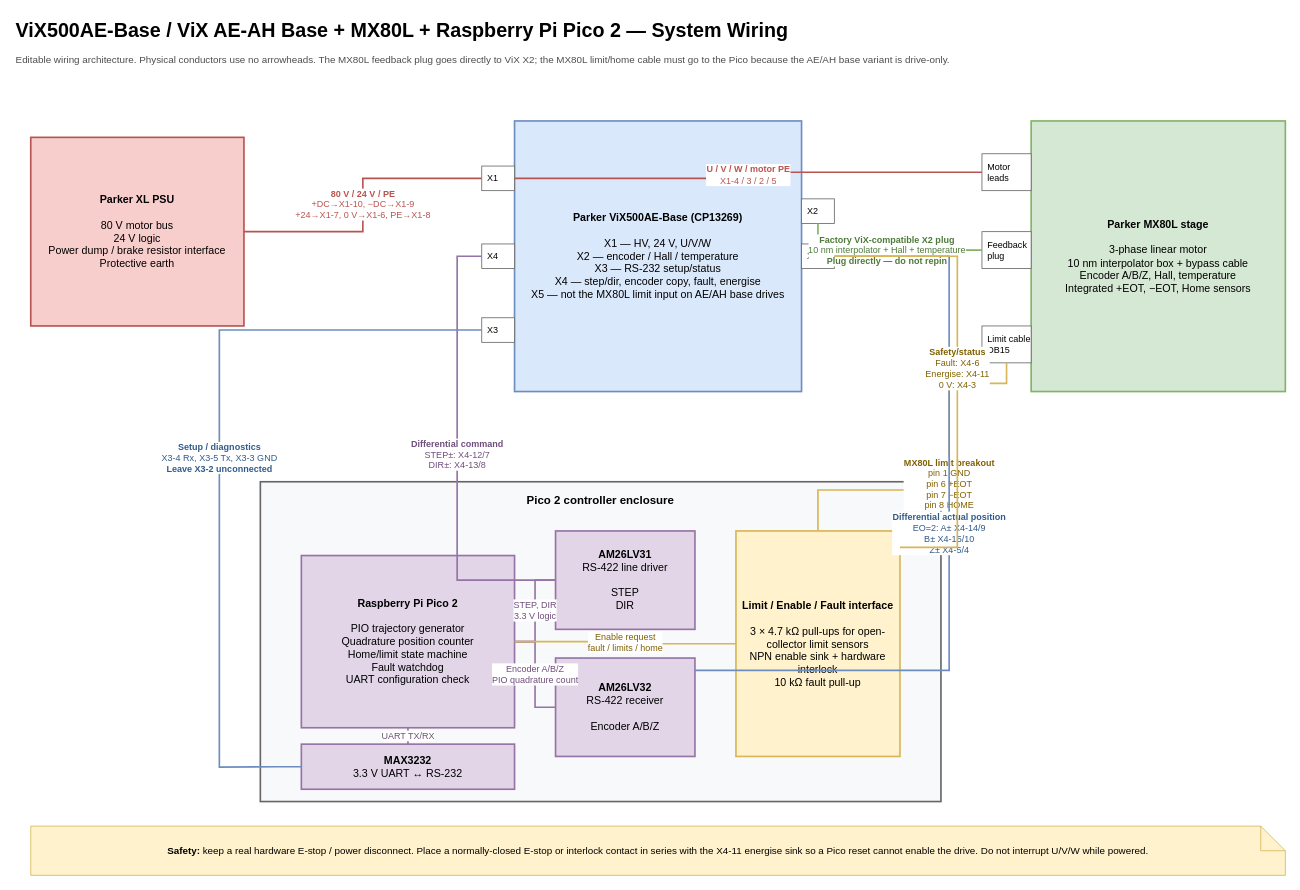
The draw.io diagram page "1 - System wiring" (1 of 3) of firmware/docs/ViX_Base_MX80L_Pico2_Wiring.drawio in Jhua03/ViX, before the edit. Source tidied: cells renumbered, new cells numbered last; positions are measured from the earlier drawing's top-left corner, leaving out a move shared by most shapes. Both pictures are drawn from the tidied source at 82%, with x=0, y=0 at pixel (14, 14).
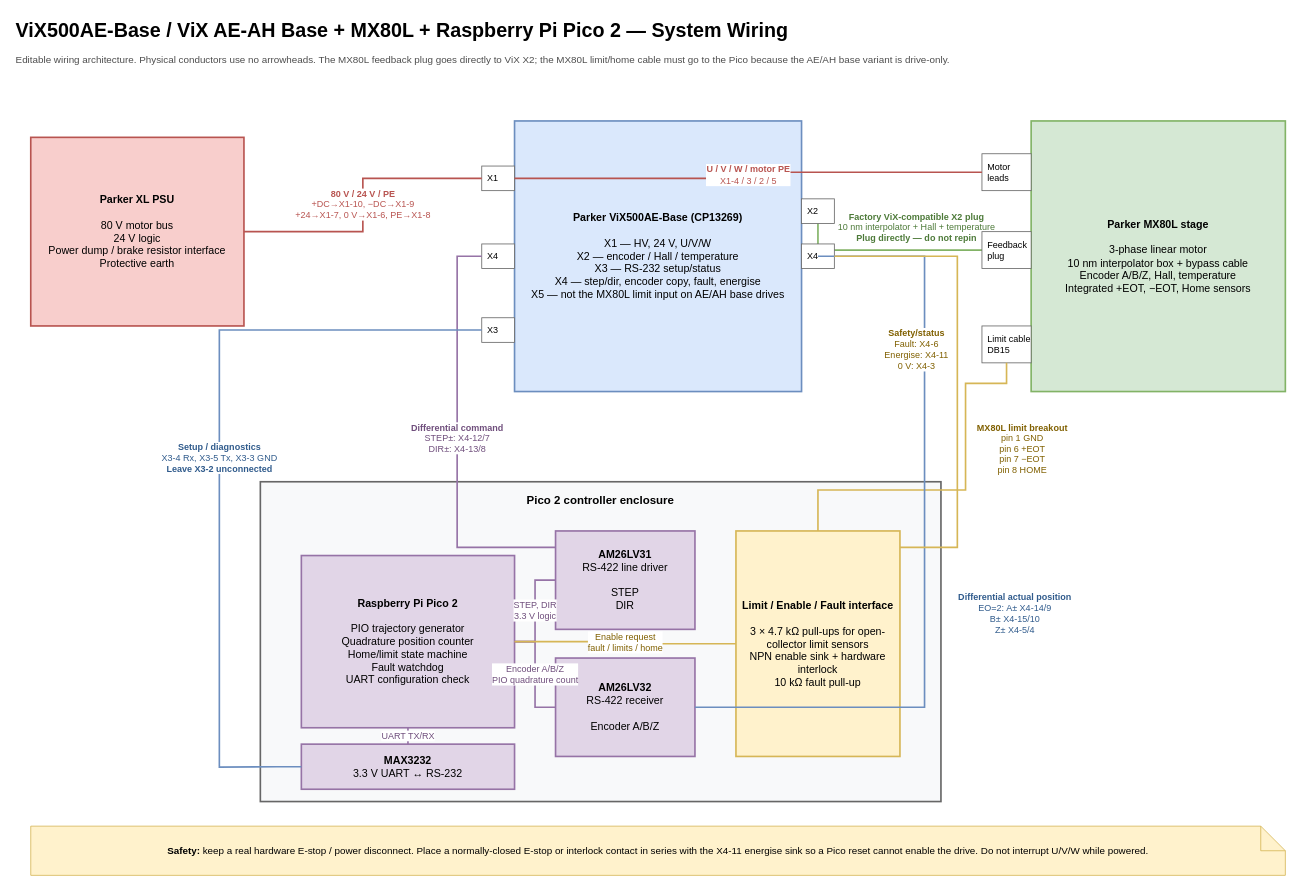
After the change.

The change refers to these unchanged cells:
```xml
<mxCell id="9" value="&lt;b&gt;AM26LV31&lt;/b&gt;&lt;br&gt;RS-422 line driver&lt;br&gt;&lt;br&gt;STEP&lt;br&gt;DIR" style="rounded=0;whiteSpace=wrap;html=1;strokeWidth=2;strokeColor=#9673a6;fillColor=#e1d5e7;fontFamily=Helvetica;fontSize=13;" parent="1" vertex="1">
  <mxGeometry x="660" y="630" width="170" height="120" as="geometry" />
</mxCell>
<mxCell id="10" value="&lt;b&gt;AM26LV32&lt;/b&gt;&lt;br&gt;RS-422 receiver&lt;br&gt;&lt;br&gt;Encoder A/B/Z" style="rounded=0;whiteSpace=wrap;html=1;strokeWidth=2;strokeColor=#9673a6;fillColor=#e1d5e7;fontFamily=Helvetica;fontSize=13;" parent="1" vertex="1">
  <mxGeometry x="660" y="785" width="170" height="120" as="geometry" />
</mxCell>
<mxCell id="11" value="&lt;b&gt;Limit / Enable / Fault interface&lt;/b&gt;&lt;br&gt;&lt;br&gt;3 × 4.7 kΩ pull-ups for open-collector limit sensors&lt;br&gt;NPN enable sink + hardware interlock&lt;br&gt;10 kΩ fault pull-up" style="rounded=0;whiteSpace=wrap;html=1;strokeWidth=2;strokeColor=#d6b656;fillColor=#fff2cc;fontFamily=Helvetica;fontSize=13;" parent="1" vertex="1">
  <mxGeometry x="880" y="630" width="200" height="275" as="geometry" />
</mxCell>
<mxCell id="14" value="X2" style="rounded=0;whiteSpace=wrap;html=1;strokeWidth=1;strokeColor=#666666;fillColor=#ffffff;fontFamily=Helvetica;fontSize=11;align=left;verticalAlign=middle;spacingLeft=5;" parent="1" vertex="1">
  <mxGeometry x="960" y="225" width="40" height="30" as="geometry" />
</mxCell>
<mxCell id="16" value="X4" style="rounded=0;whiteSpace=wrap;html=1;strokeWidth=1;strokeColor=#666666;fillColor=#ffffff;fontFamily=Helvetica;fontSize=11;align=left;verticalAlign=middle;spacingLeft=5;" parent="1" vertex="1">
  <mxGeometry x="570" y="280" width="40" height="30" as="geometry" />
</mxCell>
<mxCell id="17" value="X4" style="rounded=0;whiteSpace=wrap;html=1;strokeWidth=1;strokeColor=#666666;fillColor=#ffffff;fontFamily=Helvetica;fontSize=11;align=left;verticalAlign=middle;spacingLeft=5;" parent="1" vertex="1">
  <mxGeometry x="960" y="280" width="40" height="30" as="geometry" />
</mxCell>
<mxCell id="18" value="Limit cable&lt;br&gt;DB15" style="rounded=0;whiteSpace=wrap;html=1;strokeWidth=1;strokeColor=#666666;fillColor=#ffffff;fontFamily=Helvetica;fontSize=11;align=left;verticalAlign=middle;spacingLeft=5;" parent="1" vertex="1">
  <mxGeometry x="1180" y="380" width="60" height="45" as="geometry" />
</mxCell>
<mxCell id="20" value="Feedback&lt;br&gt;plug" style="rounded=0;whiteSpace=wrap;html=1;strokeWidth=1;strokeColor=#666666;fillColor=#ffffff;fontFamily=Helvetica;fontSize=11;align=left;verticalAlign=middle;spacingLeft=5;" parent="1" vertex="1">
  <mxGeometry x="1180" y="265" width="60" height="45" as="geometry" />
</mxCell>
```

The edit, as a diff of the source:
```diff
@@
+    <mxCell id="23" value="&lt;b&gt;Factory ViX-compatible X2 plug&lt;/b&gt;&lt;br&gt;10 nm interpolator + Hall + temperature&lt;br&gt;&lt;b&gt;Plug directly — do not repin&lt;/b&gt;" style="edgeStyle=orthogonalEdgeStyle;rounded=0;jettySize=auto;html=1;endArrow=none;startArrow=none;strokeWidth=2;strokeColor=#82b366;fontColor=#4d7a39;labelBackgroundColor=#ffffff;" parent="1" edge="1" source="20" target="14">
+      <mxGeometry x="-0.31" y="-28" relative="1" as="geometry" />
+    </mxCell>
@@
-    <mxCell id="23" value="&lt;b&gt;Factory ViX-compatible X2 plug&lt;/b&gt;&lt;br&gt;10 nm interpolator + Hall + temperature&lt;br&gt;&lt;b&gt;Plug directly — do not repin&lt;/b&gt;" style="edgeStyle=orthogonalEdgeStyle;rounded=0;jettySize=auto;html=1;endArrow=none;startArrow=none;strokeWidth=2;strokeColor=#82b366;fontColor=#4d7a39;labelBackgroundColor=#ffffff;" parent="1" edge="1" source="20" target="14">
-      <mxGeometry relative="1" as="geometry" />
-    </mxCell>
     <mxCell id="24" value="&lt;b&gt;MX80L limit breakout&lt;/b&gt;&lt;br&gt;pin 1 GND&lt;br&gt;pin 6 +EOT&lt;br&gt;pin 7 −EOT&lt;br&gt;pin 8 HOME" style="edgeStyle=orthogonalEdgeStyle;rounded=0;jettySize=auto;html=1;endArrow=none;startArrow=none;strokeWidth=2;strokeColor=#d6b656;fontColor=#806000;labelBackgroundColor=#ffffff;" parent="1" edge="1" source="18" target="11">
-      <mxGeometry relative="1" as="geometry">
+      <mxGeometry x="-0.88" y="82" relative="1" as="geometry">
         <Array as="points">
-          <mxPoint x="1140" y="450" />
-          <mxPoint x="1140" y="580" />
+          <mxPoint x="1210" y="450" />
+          <mxPoint x="1160" y="450" />
+          <mxPoint x="1160" y="580" />
+          <mxPoint x="980" y="580" />
         </Array>
+        <mxPoint x="20" y="-2" as="offset" />
       </mxGeometry>
     </mxCell>
@@
     <mxCell id="26" value="&lt;b&gt;Differential command&lt;/b&gt;&lt;br&gt;STEP±: X4-12/7&lt;br&gt;DIR±: X4-13/8" style="edgeStyle=orthogonalEdgeStyle;rounded=0;jettySize=auto;html=1;endArrow=none;startArrow=none;strokeWidth=2;strokeColor=#9673a6;fontColor=#6f4e7c;labelBackgroundColor=#ffffff;" parent="1" edge="1" source="9" target="16">
       <mxGeometry relative="1" as="geometry">
         <Array as="points">
-          <mxPoint x="620" y="690" />
-          <mxPoint x="540" y="690" />
+          <mxPoint x="540" y="650" />
           <mxPoint x="540" y="295" />
         </Array>
       </mxGeometry>
     </mxCell>
-    <mxCell id="27" value="&lt;b&gt;Differential actual position&lt;/b&gt;&lt;br&gt;EO=2: A± X4-14/9&lt;br&gt;B± X4-15/10&lt;br&gt;Z± X4-5/4" style="edgeStyle=orthogonalEdgeStyle;rounded=0;jettySize=auto;html=1;endArrow=none;startArrow=none;strokeWidth=2;strokeColor=#6c8ebf;fontColor=#305b8c;labelBackgroundColor=#ffffff;" parent="1" edge="1" source="17" target="10">
-      <mxGeometry relative="1" as="geometry">
+    <mxCell id="27" value="&lt;b&gt;Differential actual position&lt;/b&gt;&lt;br&gt;EO=2: A± X4-14/9&lt;br&gt;B± X4-15/10&lt;br&gt;Z± X4-5/4" style="edgeStyle=orthogonalEdgeStyle;rounded=0;jettySize=auto;html=1;endArrow=none;startArrow=none;strokeWidth=2;strokeColor=#6c8ebf;fontColor=#305b8c;labelBackgroundColor=#ffffff;entryX=1;entryY=0.5;entryDx=0;entryDy=0;" parent="1" edge="1" target="10">
+      <mxGeometry x="0.18" y="110" relative="1" as="geometry">
+        <mxPoint x="980" y="295" as="sourcePoint" />
         <Array as="points">
-          <mxPoint x="1040" y="295" />
-          <mxPoint x="1140" y="295" />
-          <mxPoint x="1140" y="800" />
-          <mxPoint x="840" y="800" />
+          <mxPoint x="1110" y="295" />
+          <mxPoint x="1110" y="845" />
         </Array>
       </mxGeometry>
     </mxCell>
@@
     <mxCell id="30" value="&lt;b&gt;Safety/status&lt;/b&gt;&lt;br&gt;Fault: X4-6&lt;br&gt;Energise: X4-11&lt;br&gt;0 V: X4-3" style="edgeStyle=orthogonalEdgeStyle;rounded=0;jettySize=auto;html=1;endArrow=none;startArrow=none;strokeWidth=2;strokeColor=#d6b656;fontColor=#806000;labelBackgroundColor=#ffffff;" parent="1" edge="1" source="11" target="17">
-      <mxGeometry relative="1" as="geometry">
+      <mxGeometry x="0.08" y="50" relative="1" as="geometry">
         <Array as="points">
           <mxPoint x="1100" y="650" />
           <mxPoint x="1150" y="650" />
           <mxPoint x="1150" y="325" />
         </Array>
       </mxGeometry>
     </mxCell>
```
